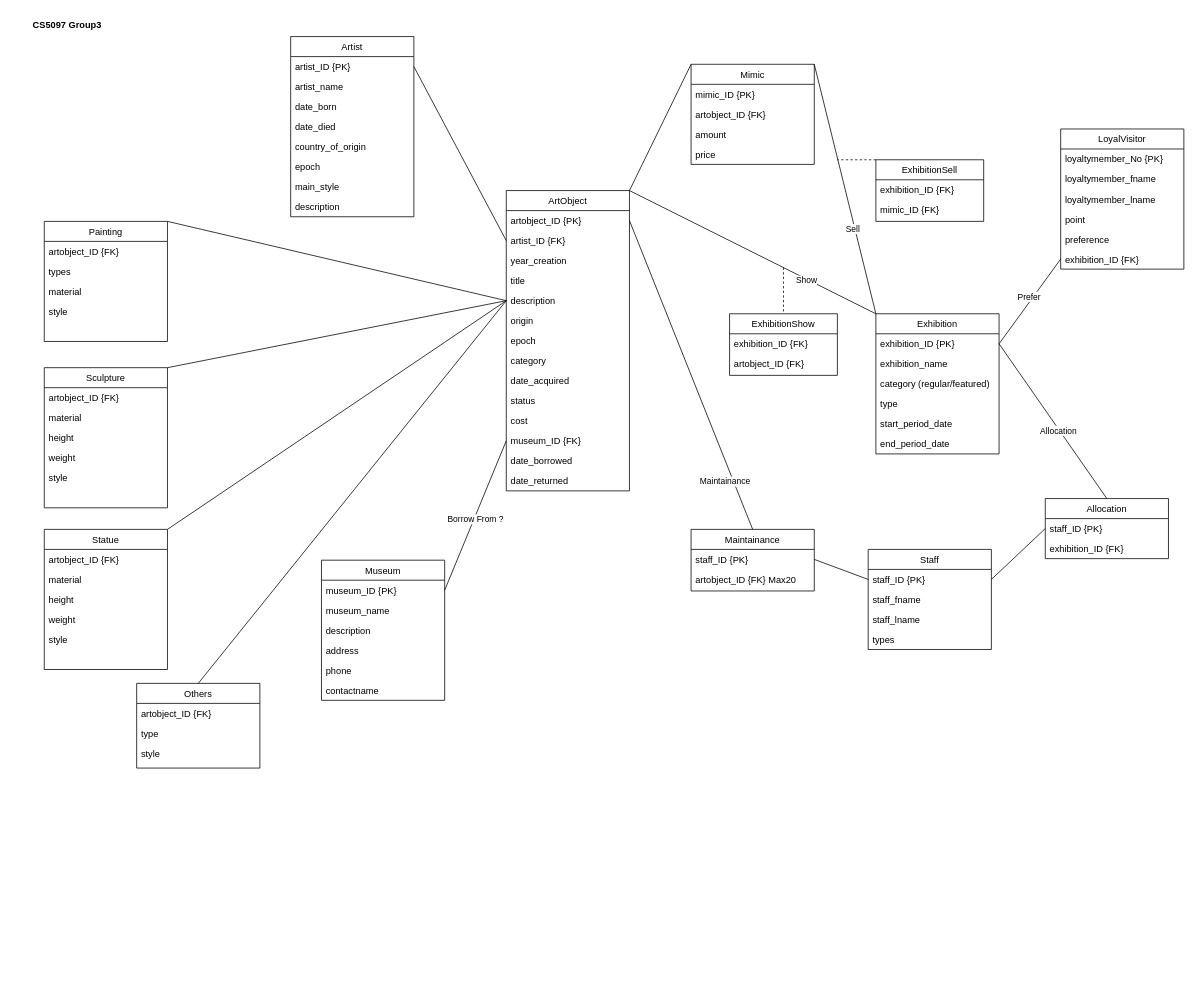
Above: GP-A2_Art-Museum_DB_logical-model.drawio in chanokchut/CS5097 (draw.io), before the change. Source tidied: cells renumbered, new cells numbered last; positions are measured from the earlier drawing's top-left corner, leaving out a move shared by most shapes. Both pictures are drawn from the tidied source at 77%, with x=0, y=0 at pixel (13, 13).
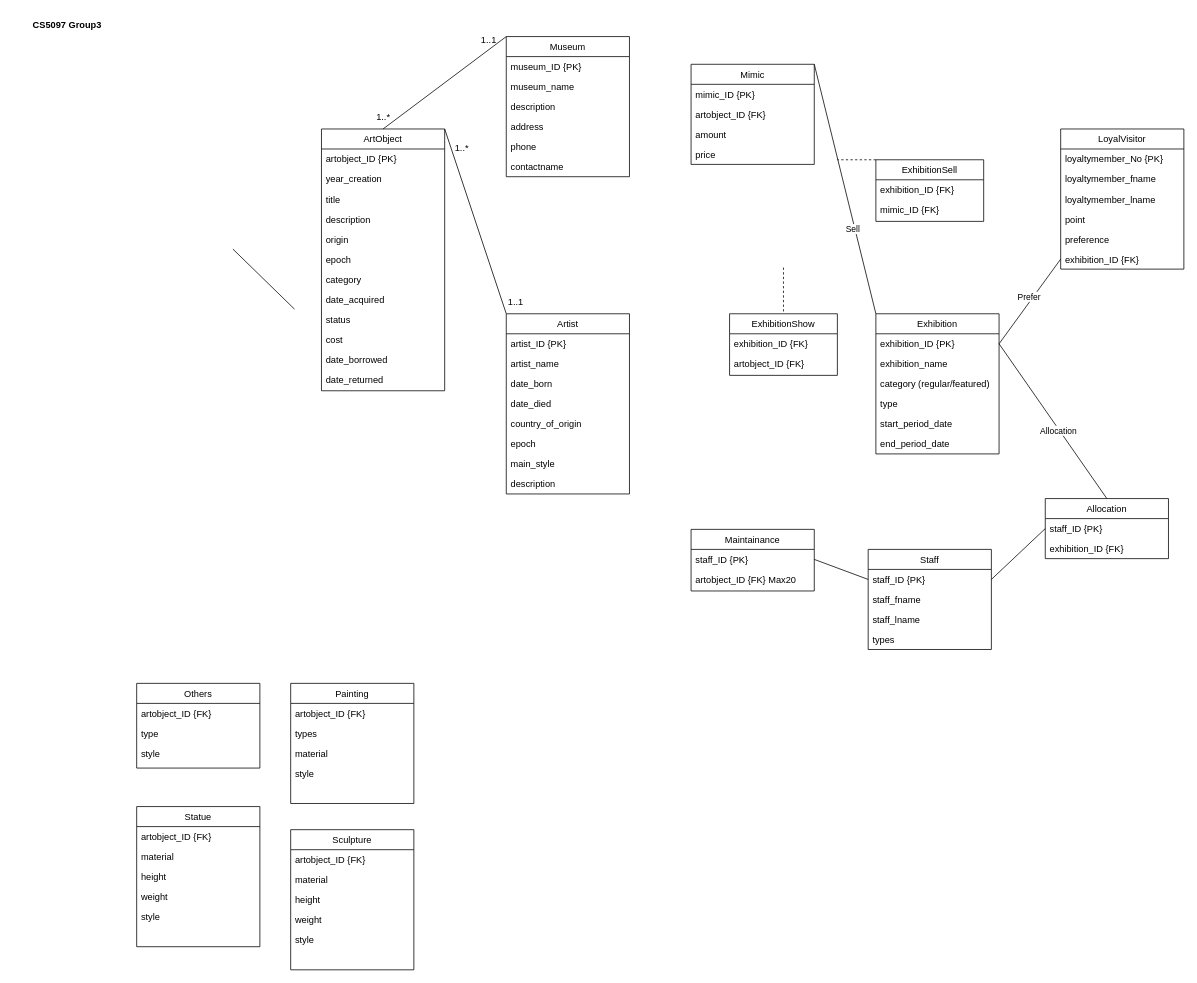
Above is the later version.

Unchanged cells that the change refers to:
```xml
<mxCell id="3" value="museum_ID {PK}" style="text;align=left;verticalAlign=top;spacingLeft=4;spacingRight=4;overflow=hidden;points=[[0,0.5],[1,0.5]];portConstraint=eastwest;" parent="2" vertex="1">
  <mxGeometry y="26" width="160" height="26" as="geometry" />
</mxCell>
<mxCell id="10" value="artobject_ID {PK}" style="text;align=left;verticalAlign=top;spacingLeft=4;spacingRight=4;overflow=hidden;points=[[0,0.5],[1,0.5]];portConstraint=eastwest;" parent="9" vertex="1">
  <mxGeometry y="26" width="160" height="26" as="geometry" />
</mxCell>
<mxCell id="25" value="artist_ID {PK}" style="text;align=left;verticalAlign=top;spacingLeft=4;spacingRight=4;overflow=hidden;points=[[0,0.5],[1,0.5]];portConstraint=eastwest;" parent="24" vertex="1">
  <mxGeometry y="26" width="160" height="26" as="geometry" />
</mxCell>
<mxCell id="45" value="Others" style="swimlane;fontStyle=0;align=center;verticalAlign=top;horizontal=1;startSize=26;rounded=0;shadow=0;strokeWidth=1;" parent="1" vertex="1">
  <mxGeometry x="160" y="870" width="160" height="110" as="geometry" />
</mxCell>
<mxCell id="61" value="Exhibition" style="swimlane;fontStyle=0;align=center;verticalAlign=top;horizontal=1;startSize=26;rounded=0;shadow=0;strokeWidth=1;" parent="1" vertex="1">
  <mxGeometry x="1120" y="390" width="160" height="182" as="geometry" />
</mxCell>
<mxCell id="68" value="Mimic" style="swimlane;fontStyle=0;align=center;verticalAlign=top;horizontal=1;startSize=26;rounded=0;shadow=0;strokeWidth=1;" parent="1" vertex="1">
  <mxGeometry x="880" y="66" width="160" height="130" as="geometry" />
</mxCell>
<mxCell id="85" value="Maintainance" style="swimlane;fontStyle=0;align=center;verticalAlign=top;horizontal=1;startSize=26;rounded=0;shadow=0;strokeWidth=1;" parent="1" vertex="1">
  <mxGeometry x="880" y="670" width="160" height="80" as="geometry" />
</mxCell>
```

What changed in the source:
```diff
@@
     <mxCell id="2" value="Museum" style="swimlane;fontStyle=0;align=center;verticalAlign=top;horizontal=1;startSize=26;rounded=0;shadow=0;strokeWidth=1;" parent="1" vertex="1">
-      <mxGeometry x="400" y="710" width="160" height="182" as="geometry" />
+      <mxGeometry x="640" y="30" width="160" height="182" as="geometry" />
     </mxCell>
@@
     <mxCell id="9" value="ArtObject" style="swimlane;fontStyle=0;align=center;verticalAlign=top;horizontal=1;startSize=26;rounded=0;shadow=0;strokeWidth=1;" parent="1" vertex="1">
-      <mxGeometry x="640" y="230" width="160" height="390" as="geometry" />
+      <mxGeometry x="400" y="150" width="160" height="340" as="geometry" />
     </mxCell>
@@
-    <mxCell id="11" value="artist_ID {FK}" style="text;align=left;verticalAlign=top;spacingLeft=4;spacingRight=4;overflow=hidden;points=[[0,0.5],[1,0.5]];portConstraint=eastwest;" parent="9" vertex="1">
-      <mxGeometry y="52" width="160" height="26" as="geometry" />
-    </mxCell>
     <mxCell id="12" value="year_creation" style="text;align=left;verticalAlign=top;spacingLeft=4;spacingRight=4;overflow=hidden;" parent="9" vertex="1">
-      <mxGeometry y="78" width="160" height="26" as="geometry" />
+      <mxGeometry y="52" width="160" height="26" as="geometry" />
     </mxCell>
     <mxCell id="13" value="title" style="text;align=left;verticalAlign=top;spacingLeft=4;spacingRight=4;overflow=hidden;" parent="9" vertex="1">
-      <mxGeometry y="104" width="160" height="26" as="geometry" />
+      <mxGeometry y="78" width="160" height="26" as="geometry" />
     </mxCell>
     <mxCell id="14" value="description" style="text;align=left;verticalAlign=top;spacingLeft=4;spacingRight=4;overflow=hidden;points=[[0,0.5],[1,0.5]];portConstraint=eastwest;" parent="9" vertex="1">
-      <mxGeometry y="130" width="160" height="26" as="geometry" />
+      <mxGeometry y="104" width="160" height="26" as="geometry" />
     </mxCell>
     <mxCell id="15" value="origin" style="text;align=left;verticalAlign=top;spacingLeft=4;spacingRight=4;overflow=hidden;" parent="9" vertex="1">
-      <mxGeometry y="156" width="160" height="26" as="geometry" />
+      <mxGeometry y="130" width="160" height="26" as="geometry" />
     </mxCell>
     <mxCell id="16" value="epoch" style="text;align=left;verticalAlign=top;spacingLeft=4;spacingRight=4;overflow=hidden;" parent="9" vertex="1">
-      <mxGeometry y="182" width="160" height="26" as="geometry" />
+      <mxGeometry y="156" width="160" height="26" as="geometry" />
     </mxCell>
     <mxCell id="17" value="category" style="text;align=left;verticalAlign=top;spacingLeft=4;spacingRight=4;overflow=hidden;" parent="9" vertex="1">
-      <mxGeometry y="208" width="160" height="26" as="geometry" />
+      <mxGeometry y="182" width="160" height="26" as="geometry" />
     </mxCell>
     <mxCell id="18" value="date_acquired" style="text;align=left;verticalAlign=top;spacingLeft=4;spacingRight=4;overflow=hidden;" parent="9" vertex="1">
-      <mxGeometry y="234" width="160" height="26" as="geometry" />
+      <mxGeometry y="208" width="160" height="26" as="geometry" />
     </mxCell>
     <mxCell id="19" value="status" style="text;align=left;verticalAlign=top;spacingLeft=4;spacingRight=4;overflow=hidden;" parent="9" vertex="1">
-      <mxGeometry y="260" width="160" height="26" as="geometry" />
+      <mxGeometry y="234" width="160" height="26" as="geometry" />
     </mxCell>
     <mxCell id="20" value="cost" style="text;align=left;verticalAlign=top;spacingLeft=4;spacingRight=4;overflow=hidden;" parent="9" vertex="1">
-      <mxGeometry y="286" width="160" height="26" as="geometry" />
+      <mxGeometry y="260" width="160" height="26" as="geometry" />
     </mxCell>
-    <mxCell id="21" value="museum_ID {FK}" style="text;align=left;verticalAlign=top;spacingLeft=4;spacingRight=4;overflow=hidden;points=[[0,0.5],[1,0.5]];portConstraint=eastwest;" parent="9" vertex="1">
-      <mxGeometry y="312" width="160" height="26" as="geometry" />
-    </mxCell>
     <mxCell id="22" value="date_borrowed" style="text;align=left;verticalAlign=top;spacingLeft=4;spacingRight=4;overflow=hidden;" parent="9" vertex="1">
-      <mxGeometry y="338" width="160" height="26" as="geometry" />
+      <mxGeometry y="286" width="160" height="26" as="geometry" />
     </mxCell>
     <mxCell id="23" value="date_returned" style="text;align=left;verticalAlign=top;spacingLeft=4;spacingRight=4;overflow=hidden;" parent="9" vertex="1">
-      <mxGeometry y="364" width="160" height="26" as="geometry" />
+      <mxGeometry y="312" width="160" height="26" as="geometry" />
     </mxCell>
     <mxCell id="24" value="Artist" style="swimlane;fontStyle=0;align=center;verticalAlign=top;horizontal=1;startSize=26;rounded=0;shadow=0;strokeWidth=1;" parent="1" vertex="1">
-      <mxGeometry x="360" y="30" width="160" height="234" as="geometry" />
+      <mxGeometry x="640" y="390" width="160" height="234" as="geometry" />
     </mxCell>
@@
-    <mxCell id="33" style="endArrow=none;html=1;rounded=0;exitX=1;exitY=0.5;exitDx=0;exitDy=0;entryX=0;entryY=0.5;entryDx=0;entryDy=0;" parent="1" edge="1" source="25" target="11">
-      <mxGeometry relative="1" as="geometry" />
-    </mxCell>
     <mxCell id="34" value="Painting" style="swimlane;fontStyle=0;align=center;verticalAlign=top;horizontal=1;startSize=26;rounded=0;shadow=0;strokeWidth=1;" parent="1" vertex="1">
-      <mxGeometry x="40" y="270" width="160" height="156" as="geometry" />
+      <mxGeometry x="360" y="870" width="160" height="156" as="geometry" />
     </mxCell>
@@
     <mxCell id="39" value="Sculpture" style="swimlane;fontStyle=0;align=center;verticalAlign=top;horizontal=1;startSize=26;rounded=0;shadow=0;strokeWidth=1;" parent="1" vertex="1">
-      <mxGeometry x="40" y="460" width="160" height="182" as="geometry" />
+      <mxGeometry x="360" y="1060" width="160" height="182" as="geometry" />
     </mxCell>
@@
-    <mxCell id="49" style="endArrow=none;html=1;rounded=0;entryX=0;entryY=0.5;entryDx=0;entryDy=0;exitX=1;exitY=0.5;exitDx=0;exitDy=0;" parent="1" edge="1" source="3" target="21">
-      <mxGeometry relative="1" as="geometry" />
-    </mxCell>
-    <mxCell id="50" value="Borrow From ?" style="edgeLabel;html=1;align=center;verticalAlign=middle;" parent="49" vertex="1">
-      <mxGeometry x="-0.05" y="-1" relative="1" as="geometry" />
-    </mxCell>
-    <mxCell id="51" style="endArrow=none;html=1;rounded=0;entryX=0;entryY=0.5;entryDx=0;entryDy=0;exitX=1;exitY=0;exitDx=0;exitDy=0;" parent="1" edge="1" source="34" target="14">
-      <mxGeometry relative="1" as="geometry" />
-    </mxCell>
-    <mxCell id="52" style="endArrow=none;html=1;rounded=0;entryX=0;entryY=0.5;entryDx=0;entryDy=0;exitX=1;exitY=0;exitDx=0;exitDy=0;" parent="1" edge="1" source="39" target="14">
-      <mxGeometry relative="1" as="geometry" />
-    </mxCell>
     <mxCell id="53" value="Statue" style="swimlane;fontStyle=0;align=center;verticalAlign=top;horizontal=1;startSize=26;rounded=0;shadow=0;strokeWidth=1;" parent="1" vertex="1">
-      <mxGeometry x="40" y="670" width="160" height="182" as="geometry" />
+      <mxGeometry x="160" y="1030" width="160" height="182" as="geometry" />
     </mxCell>
@@
-    <mxCell id="59" style="endArrow=none;html=1;rounded=0;entryX=0;entryY=0.5;entryDx=0;entryDy=0;exitX=1;exitY=0;exitDx=0;exitDy=0;" parent="1" edge="1" source="53" target="14">
-      <mxGeometry relative="1" as="geometry" />
-    </mxCell>
-    <mxCell id="60" style="endArrow=none;html=1;rounded=0;entryX=0;entryY=0.5;entryDx=0;entryDy=0;exitX=0.5;exitY=0;exitDx=0;exitDy=0;" parent="1" edge="1" source="45" target="14">
-      <mxGeometry relative="1" as="geometry" />
-    </mxCell>
@@
-    <mxCell id="91" style="endArrow=none;html=1;rounded=0;exitX=0;exitY=0;exitDx=0;exitDy=0;entryX=1;entryY=0;entryDx=0;entryDy=0;" parent="1" edge="1" source="68" target="9">
-      <mxGeometry relative="1" as="geometry" />
-    </mxCell>
-    <mxCell id="92" style="endArrow=none;html=1;rounded=0;exitX=0.5;exitY=0;exitDx=0;exitDy=0;entryX=1;entryY=0.5;entryDx=0;entryDy=0;" parent="1" edge="1" source="85" target="10">
-      <mxGeometry relative="1" as="geometry" />
-    </mxCell>
-    <mxCell id="93" value="Maintainance" style="edgeLabel;html=1;align=center;verticalAlign=middle;" parent="92" vertex="1">
-      <mxGeometry x="-0.15" y="-1" relative="1" as="geometry">
-        <mxPoint x="30" y="108" as="offset" />
-      </mxGeometry>
-    </mxCell>
@@
-    <mxCell id="98" style="endArrow=none;html=1;rounded=0;exitX=0;exitY=0;exitDx=0;exitDy=0;entryX=1;entryY=0;entryDx=0;entryDy=0;" parent="1" edge="1" source="61" target="9">
-      <mxGeometry relative="1" as="geometry" />
-    </mxCell>
-    <mxCell id="99" value="Show" style="edgeLabel;html=1;align=center;verticalAlign=middle;" parent="98" vertex="1">
-      <mxGeometry x="-0.27" y="-4" relative="1" as="geometry">
-        <mxPoint x="25" y="19" as="offset" />
-      </mxGeometry>
-    </mxCell>
@@
+    <mxCell id="113" style="endArrow=none;html=1;rounded=0;entryX=1;entryY=0;entryDx=0;entryDy=0;exitX=0;exitY=0;exitDx=0;exitDy=0;" parent="1" edge="1" source="24" target="9">
+      <mxGeometry relative="1" as="geometry" />
+    </mxCell>
+    <mxCell id="114" value="1..1" style="text;html=1;align=center;verticalAlign=middle;whiteSpace=wrap;rounded=0;" parent="1" vertex="1">
+      <mxGeometry x="630" y="360" width="45" height="30" as="geometry" />
+    </mxCell>
+    <mxCell id="115" value="1..*" style="text;html=1;align=center;verticalAlign=middle;whiteSpace=wrap;rounded=0;" parent="1" vertex="1">
+      <mxGeometry x="560" y="160" width="45" height="30" as="geometry" />
+    </mxCell>
+    <mxCell id="116" style="endArrow=none;html=1;rounded=0;entryX=1;entryY=0;entryDx=0;entryDy=0;exitX=0;exitY=0;exitDx=0;exitDy=0;" parent="1" edge="1">
+      <mxGeometry relative="1" as="geometry">
+        <mxPoint x="365" y="384" as="sourcePoint" />
+        <mxPoint x="285" y="306" as="targetPoint" />
+      </mxGeometry>
+    </mxCell>
+    <mxCell id="117" style="endArrow=none;html=1;rounded=0;entryX=0;entryY=0;entryDx=0;entryDy=0;exitX=0.5;exitY=0;exitDx=0;exitDy=0;" parent="1" edge="1" source="9" target="2">
+      <mxGeometry relative="1" as="geometry" />
+    </mxCell>
+    <mxCell id="118" value="1..1" style="text;html=1;align=center;verticalAlign=middle;whiteSpace=wrap;rounded=0;" parent="1" vertex="1">
+      <mxGeometry x="595" y="20" width="45" height="30" as="geometry" />
+    </mxCell>
+    <mxCell id="119" value="1..*" style="text;html=1;align=center;verticalAlign=middle;whiteSpace=wrap;rounded=0;" parent="1" vertex="1">
+      <mxGeometry x="457.5" y="120" width="45" height="30" as="geometry" />
+    </mxCell>
```
